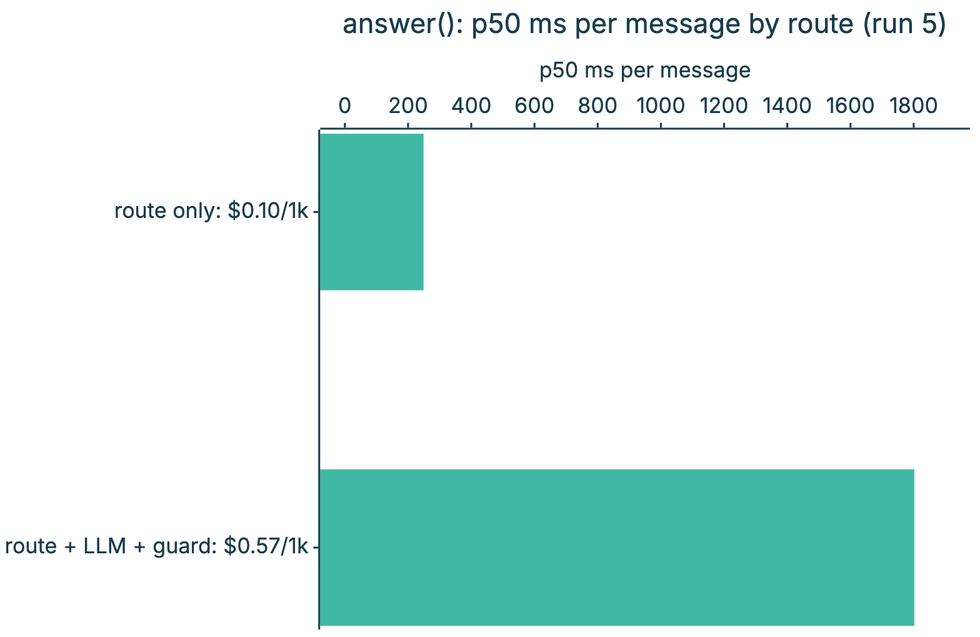
axel-sirota/getting_started_jev keeps this Mermaid diagram as course/diagrams/module_04/p2-loop-cost.png. Above is the earlier version. Its source is kept beside it as course/diagrams/module_04/p2-loop-cost.mmd. The source it was exported from:
```mermaid
%%{init: {"theme": "base", "themeVariables": {"fontFamily": "Inter, sans-serif", "primaryColor": "#ECF8F6", "primaryBorderColor": "#40B8A6", "primaryTextColor": "#111827", "lineColor": "#1A3D4D", "secondaryColor": "#F9FAFB", "tertiaryColor": "#FFFFFF", "clusterBkg": "#F9FAFB", "clusterBorder": "#D1D5DB", "actorBkg": "#ECF8F6", "actorBorder": "#40B8A6", "noteBkgColor": "#FFF6DA", "noteBorderColor": "#E0B84C"}}}%%
xychart-beta horizontal
  title "answer(): p50 ms per message by route (run 5)"
  x-axis ["route only: $0.10/1k", "route + LLM + guard: $0.57/1k"]
  y-axis "p50 ms per message" 0 --> 1900
  bar [249, 1802]
```
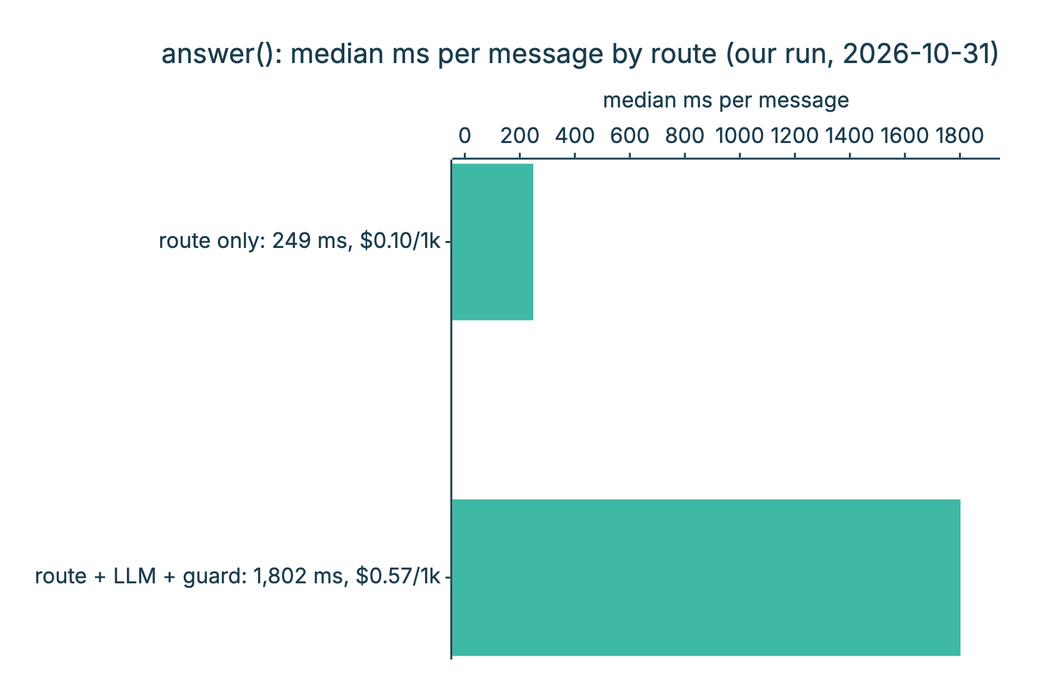
Later version of the same file.

What changed in the source:
```diff
@@ -1,6 +1,6 @@
 %%{init: {"theme": "base", "themeVariables": {"fontFamily": "Inter, sans-serif", "primaryColor": "#ECF8F6", "primaryBorderColor": "#40B8A6", "primaryTextColor": "#111827", "lineColor": "#1A3D4D", "secondaryColor": "#F9FAFB", "tertiaryColor": "#FFFFFF", "clusterBkg": "#F9FAFB", "clusterBorder": "#D1D5DB", "actorBkg": "#ECF8F6", "actorBorder": "#40B8A6", "noteBkgColor": "#FFF6DA", "noteBorderColor": "#E0B84C"}}}%%
 xychart-beta horizontal
-  title "answer(): p50 ms per message by route (run 5)"
-  x-axis ["route only: $0.10/1k", "route + LLM + guard: $0.57/1k"]
-  y-axis "p50 ms per message" 0 --> 1900
+  title "answer(): median ms per message by route (our run, 2026-10-31)"
+  x-axis ["route only: 249 ms, $0.10/1k", "route + LLM + guard: 1,802 ms, $0.57/1k"]
+  y-axis "median ms per message" 0 --> 1900
   bar [249, 1802]
```
